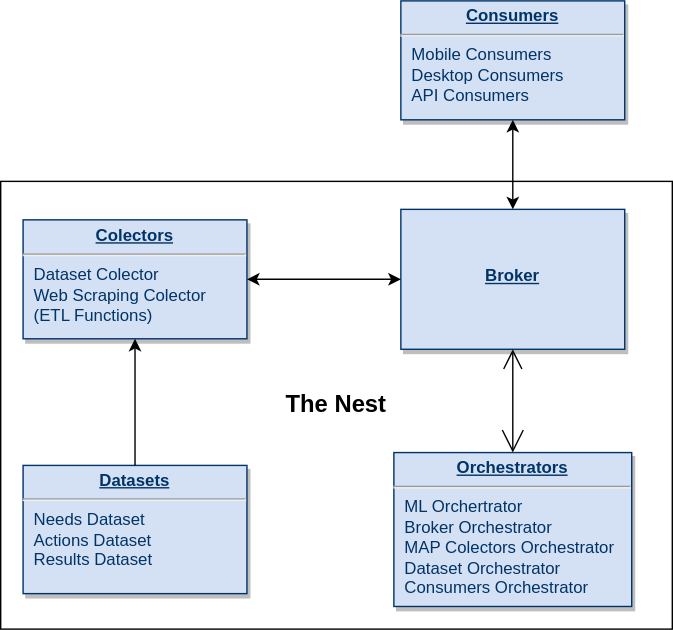
Avalcorp/ESG_VM keeps this draw.io diagram as docs/Architecture.svg. Above is the earlier version. Source tidied: cells renumbered, new cells last; positions are measured from the earlier drawing's top-left corner, leaving out a move shared by most shapes.
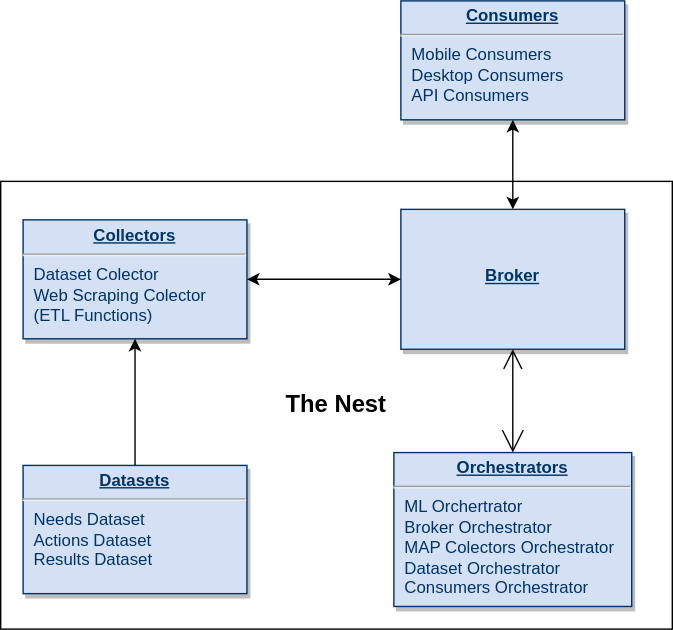
The same diagram one commit later.

Commit message:
Corrigindo collectors

What changed in the source:
```diff
@@ -11,7 +11,7 @@
     <mxCell id="4" value="&lt;p style=&quot;margin: 4px 0px 0px; text-decoration: underline;&quot;&gt;&lt;br&gt;&lt;/p&gt;&lt;p style=&quot;margin: 4px 0px 0px; text-decoration: underline;&quot;&gt;&lt;b style=&quot;background-color: initial;&quot;&gt;&lt;br&gt;&lt;/b&gt;&lt;/p&gt;&lt;p style=&quot;margin: 4px 0px 0px; text-decoration: underline;&quot;&gt;&lt;b style=&quot;background-color: initial;&quot;&gt;Broker&lt;/b&gt;&lt;br&gt;&lt;/p&gt;" style="verticalAlign=middle;align=center;overflow=fill;fontSize=12;fontFamily=Helvetica;html=1;strokeColor=#003366;shadow=1;fillColor=#D4E1F5;fontColor=#003366;horizontal=1;" parent="1" vertex="1">
       <mxGeometry x="286" y="149" width="160" height="100" as="geometry" />
     </mxCell>
-    <mxCell id="5" value="&lt;p style=&quot;margin: 0px; margin-top: 4px; text-align: center; text-decoration: underline;&quot;&gt;&lt;strong&gt;Colectors&lt;/strong&gt;&lt;/p&gt;&lt;hr&gt;&lt;p style=&quot;margin: 0px; margin-left: 8px;&quot;&gt;Dataset Colector&lt;/p&gt;&lt;p style=&quot;margin: 0px; margin-left: 8px;&quot;&gt;Web Scraping Colector&lt;/p&gt;&lt;p style=&quot;margin: 0px; margin-left: 8px;&quot;&gt;(ETL Functions)&lt;/p&gt;" style="verticalAlign=top;align=left;overflow=fill;fontSize=12;fontFamily=Helvetica;html=1;strokeColor=#003366;shadow=1;fillColor=#D4E1F5;fontColor=#003366;" parent="1" vertex="1">
+    <mxCell id="5" value="&lt;p style=&quot;margin: 0px; margin-top: 4px; text-align: center; text-decoration: underline;&quot;&gt;&lt;strong&gt;Collectors&lt;/strong&gt;&lt;/p&gt;&lt;hr&gt;&lt;p style=&quot;margin: 0px; margin-left: 8px;&quot;&gt;Dataset Colector&lt;/p&gt;&lt;p style=&quot;margin: 0px; margin-left: 8px;&quot;&gt;Web Scraping Colector&lt;/p&gt;&lt;p style=&quot;margin: 0px; margin-left: 8px;&quot;&gt;(ETL Functions)&lt;/p&gt;" style="verticalAlign=top;align=left;overflow=fill;fontSize=12;fontFamily=Helvetica;html=1;strokeColor=#003366;shadow=1;fillColor=#D4E1F5;fontColor=#003366;" parent="1" vertex="1">
       <mxGeometry x="16" y="156.5" width="160" height="85" as="geometry" />
     </mxCell>
     <mxCell id="6" value="&lt;p style=&quot;margin: 0px; margin-top: 4px; text-align: center; text-decoration: underline;&quot;&gt;&lt;strong&gt;Datasets&lt;/strong&gt;&lt;/p&gt;&lt;hr&gt;&lt;p style=&quot;margin: 0px; margin-left: 8px;&quot;&gt;Needs Dataset&lt;/p&gt;&lt;p style=&quot;margin: 0px; margin-left: 8px;&quot;&gt;Actions Dataset&lt;/p&gt;&lt;p style=&quot;margin: 0px; margin-left: 8px;&quot;&gt;Results Dataset&lt;/p&gt;" style="verticalAlign=top;align=left;overflow=fill;fontSize=12;fontFamily=Helvetica;html=1;strokeColor=#003366;shadow=1;fillColor=#D4E1F5;fontColor=#003366;" parent="1" vertex="1">
```
